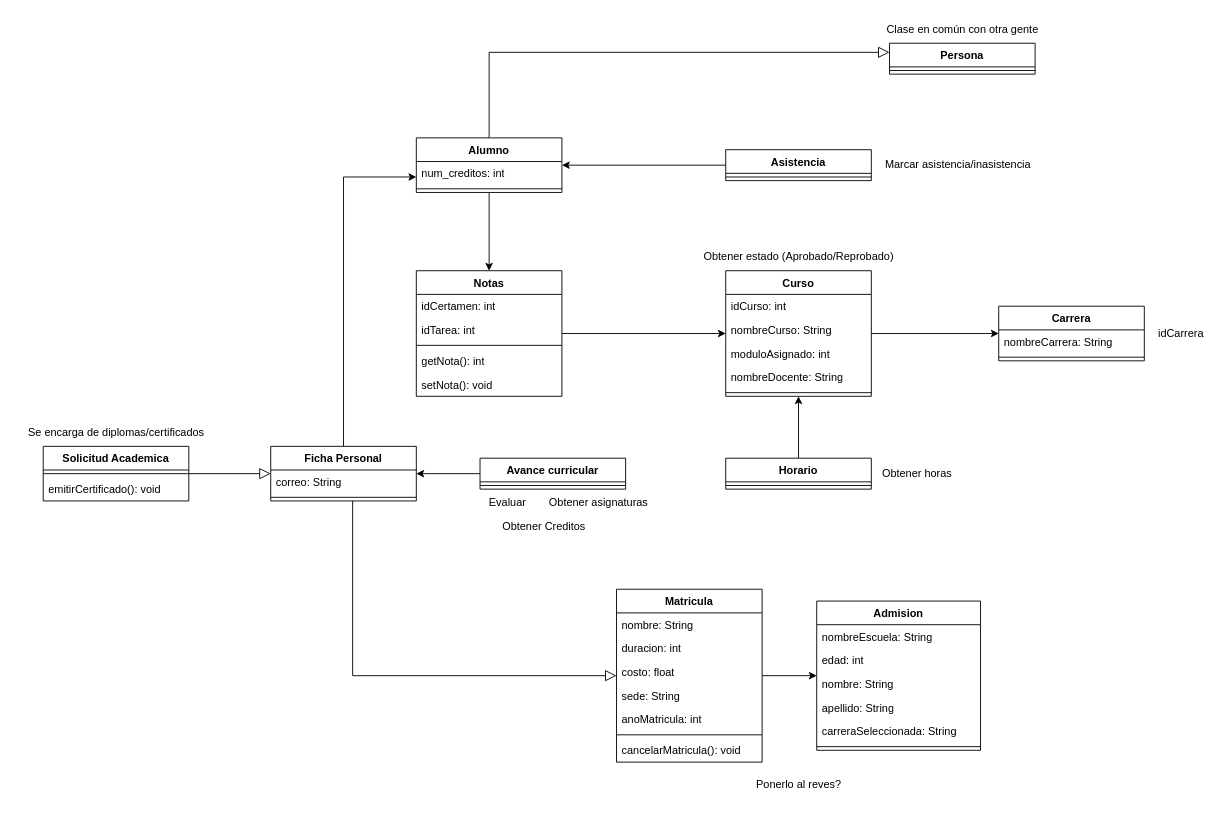
The draw.io diagram Untitled Diagram.drawio in norah-st/diagram, before the edit. Source tidied: cells renumbered, new cells numbered last; positions are measured from the earlier drawing's top-left corner, leaving out a move shared by most shapes. Both pictures are drawn from the tidied source at 91%, with x=0, y=0 at pixel (15, 15).
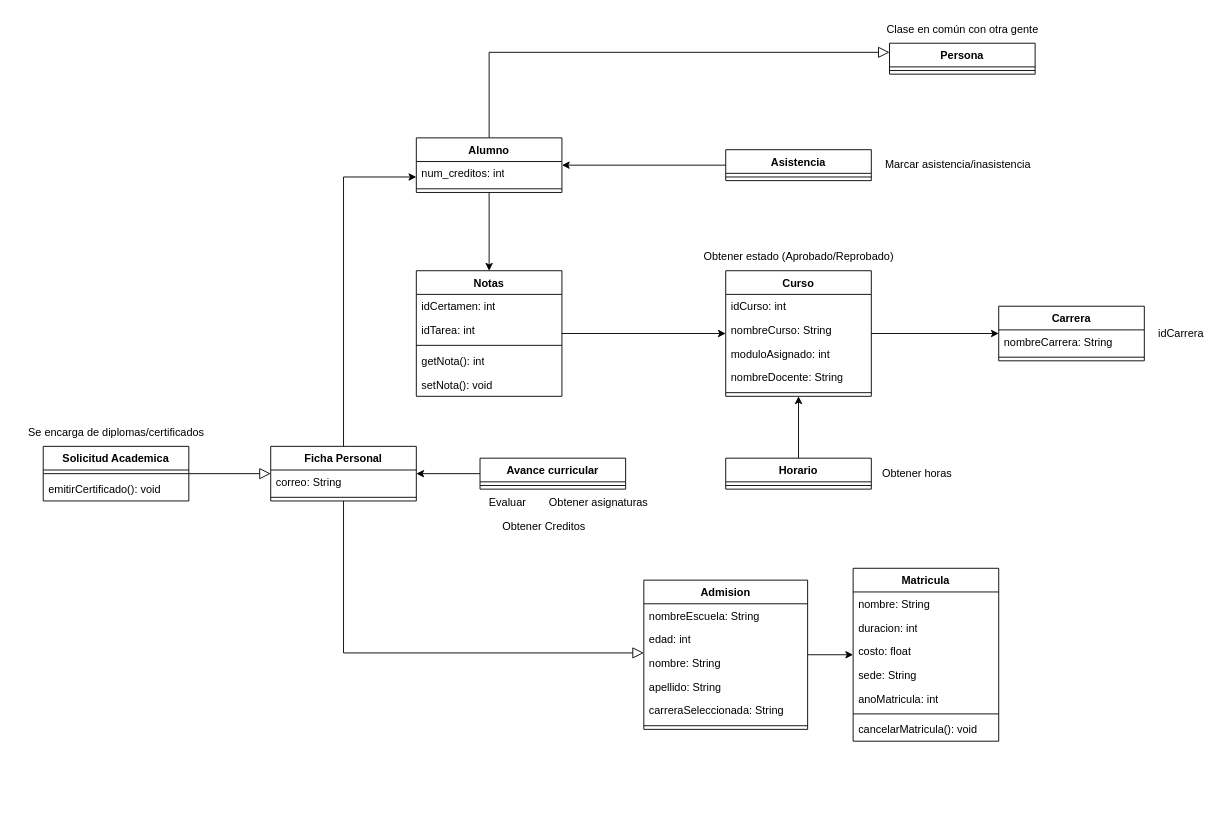
The same page after the edit.

The change refers to these unchanged cells:
```xml
<mxCell id="12" value="Ficha Personal" style="swimlane;fontStyle=1;align=center;verticalAlign=top;horizontal=1;startSize=26;whiteSpace=wrap;html=1;" parent="1" vertex="1">
  <mxGeometry x="280" y="473" width="160" height="60" as="geometry" />
</mxCell>
```

Change to the diagram source:
```diff
@@
-    <mxCell id="11" style="edgeStyle=orthogonalEdgeStyle;rounded=0;jettySize=auto;html=1;endArrow=block;endFill=0;endSize=10;startSize=6;" parent="1" edge="1" source="12" target="30">
-      <mxGeometry relative="1" as="geometry">
-        <Array as="points">
-          <mxPoint x="370" y="725" />
-        </Array>
-      </mxGeometry>
-    </mxCell>
+    <mxCell id="70" style="edgeStyle=orthogonalEdgeStyle;rounded=0;jettySize=auto;html=1;endArrow=block;endFill=0;endSize=10;" parent="1" edge="1" source="12" target="15">
+      <mxGeometry relative="1" as="geometry">
+        <Array as="points">
+          <mxPoint x="360" y="700" />
+        </Array>
+      </mxGeometry>
+    </mxCell>
@@
     <mxCell id="15" value="Admision" style="swimlane;fontStyle=1;align=center;verticalAlign=top;horizontal=1;startSize=26;whiteSpace=wrap;html=1;" parent="1" vertex="1">
-      <mxGeometry x="880" y="643" width="180" height="164" as="geometry" />
+      <mxGeometry x="690" y="620" width="180" height="164" as="geometry" />
     </mxCell>
@@
-    <mxCell id="29" style="edgeStyle=orthogonalEdgeStyle;rounded=0;jettySize=auto;html=1;" parent="1" edge="1" source="30" target="15">
+    <mxCell id="29" style="edgeStyle=orthogonalEdgeStyle;rounded=0;jettySize=auto;html=1;" parent="1" edge="1" source="15" target="30">
       <mxGeometry relative="1" as="geometry" />
     </mxCell>
     <mxCell id="30" value="Matricula" style="swimlane;fontStyle=1;align=center;verticalAlign=top;horizontal=1;startSize=26;whiteSpace=wrap;html=1;" parent="1" vertex="1">
-      <mxGeometry x="660" y="630" width="160" height="190" as="geometry" />
+      <mxGeometry x="920" y="607" width="160" height="190" as="geometry" />
     </mxCell>
@@
-    <mxCell id="65" value="Ponerlo al reves?" style="text;html=1;align=center;verticalAlign=middle;strokeColor=none;fillColor=none;" parent="1" vertex="1">
-      <mxGeometry x="800" y="830" width="120" height="30" as="geometry" />
-    </mxCell>
```
